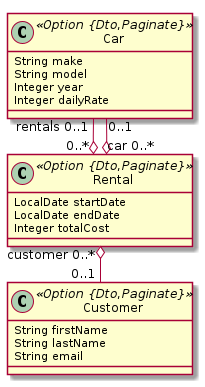
This is car-rental.png from kevintanhongann/jhipster-jdl-collection, a PlantUML export, as it was before one commit. The source it was exported from:
```plantuml
@startuml
	!pragma layout smetana
	!pragma syntax class
	class Car <<Option {Dto,Paginate}>> {
		String make
		String model
		Integer year
		Integer dailyRate
	}
	class Customer <<Option {Dto,Paginate}>> {
		String firstName
		String lastName
		String email
	}
	class Rental <<Option {Dto,Paginate}>> {
		LocalDate startDate
		LocalDate endDate
		Integer totalCost
	}
	Car  "rentals 0..1 " --o "0..* "  Rental
	Rental  "car 0..* " o-- "0..1 "  Car
	Rental  "customer 0..* " o-- "0..1 "  Customer
@enduml
```
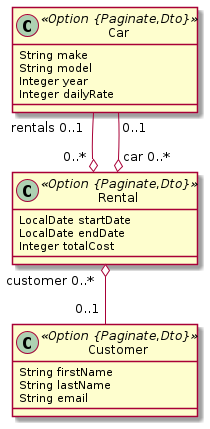
After the commit.

What changed in the source:
```diff
@@ -1,18 +1,17 @@
 @startuml
-	!pragma layout smetana
 	!pragma syntax class
-	class Car <<Option {Dto,Paginate}>> {
+	class Car <<Option {Paginate,Dto}>> {
 		String make
 		String model
 		Integer year
 		Integer dailyRate
 	}
-	class Customer <<Option {Dto,Paginate}>> {
+	class Customer <<Option {Paginate,Dto}>> {
 		String firstName
 		String lastName
 		String email
 	}
-	class Rental <<Option {Dto,Paginate}>> {
+	class Rental <<Option {Paginate,Dto}>> {
 		LocalDate startDate
 		LocalDate endDate
 		Integer totalCost
```
